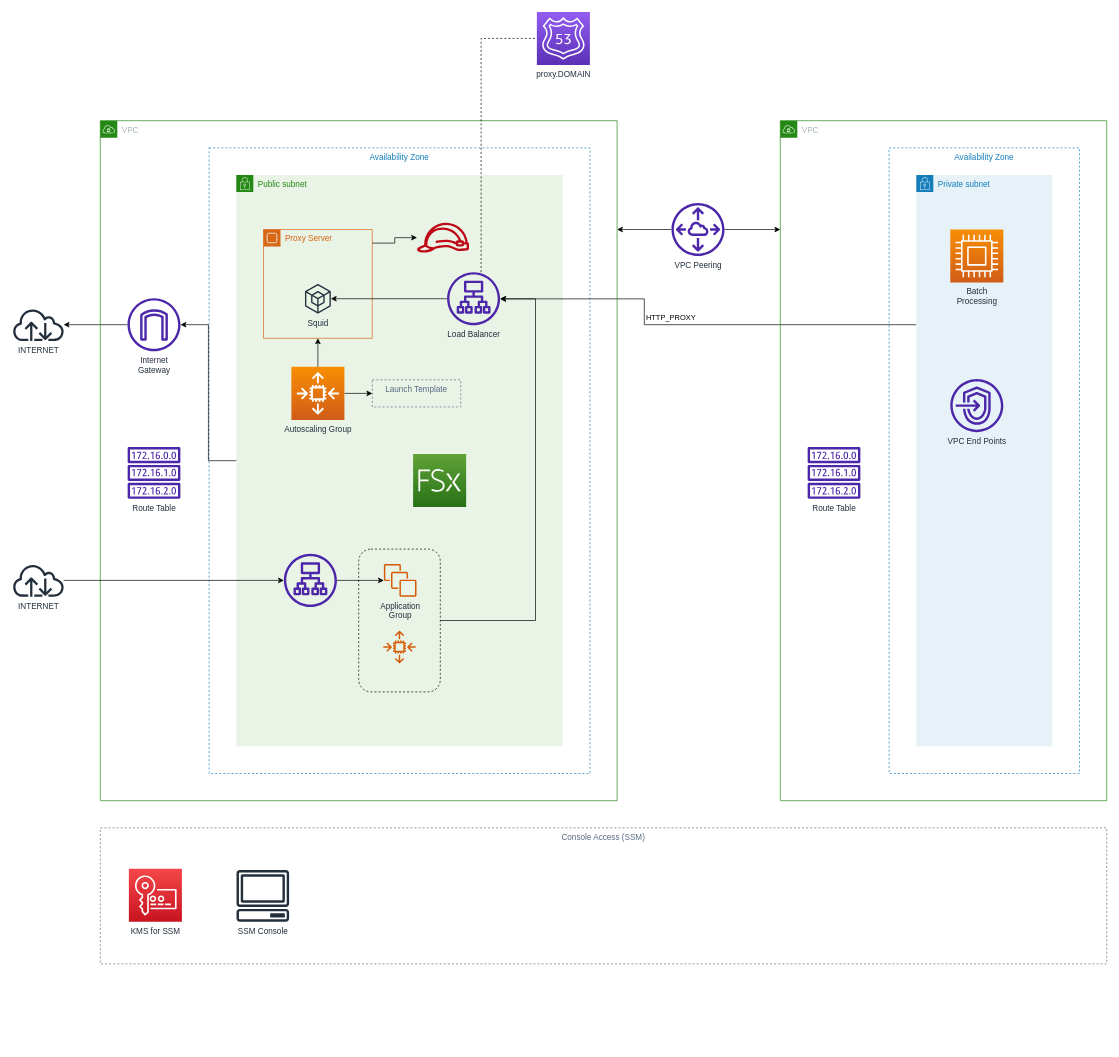
nicc777/exploring-aws-kinesis keeps this draw.io diagram as page "VPC Design" (5 of 6) of design.drawio. Above is the earlier version. Source tidied: cells renumbered, new cells numbered last; positions are measured from the earlier drawing's top-left corner, leaving out a move shared by most shapes. Both pictures are drawn from the tidied source at 68%, with x=0, y=0 at pixel (12, 12).
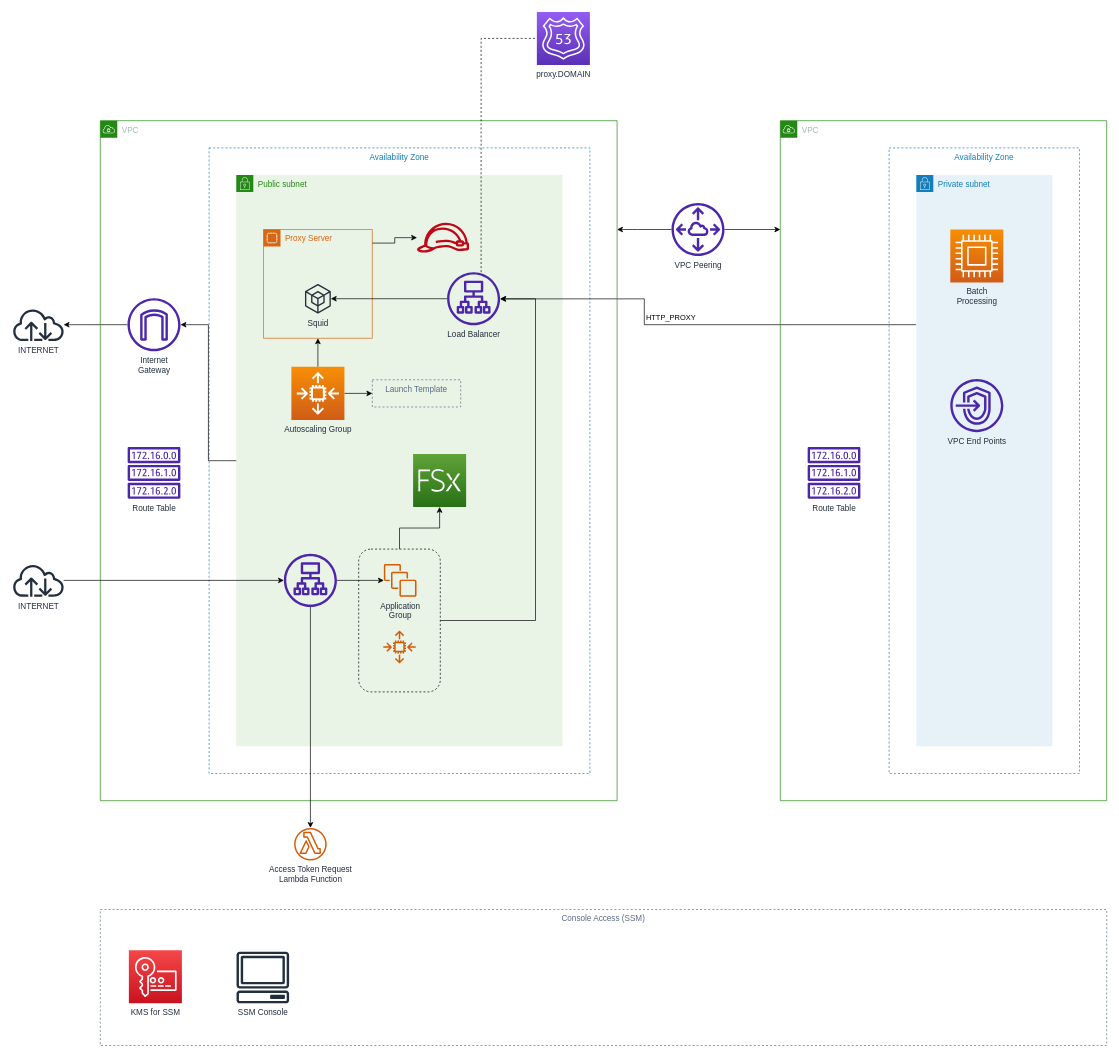
After the change.

The change refers to these unchanged cells:
```xml
<mxCell id="27" style="rounded=1;whiteSpace=wrap;html=1;fillColor=none;dashed=1;" parent="25" vertex="1">
  <mxGeometry x="380" y="630" width="120" height="210" as="geometry" />
</mxCell>
<mxCell id="38" style="sketch=0;points=[[0,0,0],[0.25,0,0],[0.5,0,0],[0.75,0,0],[1,0,0],[0,1,0],[0.25,1,0],[0.5,1,0],[0.75,1,0],[1,1,0],[0,0.25,0],[0,0.5,0],[0,0.75,0],[1,0.25,0],[1,0.5,0],[1,0.75,0]];outlineConnect=0;fontColor=#232F3E;gradientColor=#60A337;gradientDirection=north;fillColor=#277116;strokeColor=#ffffff;dashed=0;verticalLabelPosition=bottom;verticalAlign=top;align=center;html=1;fontSize=12;fontStyle=0;shape=mxgraph.aws4.resourceIcon;resIcon=mxgraph.aws4.fsx;" parent="1" vertex="1">
  <mxGeometry x="590" y="650" width="78" height="78" as="geometry" />
</mxCell>
<mxCell id="41" style="sketch=0;outlineConnect=0;fontColor=#232F3E;gradientColor=none;fillColor=#4D27AA;strokeColor=none;dashed=0;verticalLabelPosition=bottom;verticalAlign=top;align=center;html=1;fontSize=12;fontStyle=0;shape=mxgraph.aws4.application_load_balancer;" parent="1" vertex="1">
  <mxGeometry x="400" y="797" width="78" height="78" as="geometry" />
</mxCell>
```

The edit, as a diff of the source:
```diff
@@
     <mxCell id="29" value="KMS for SSM" style="sketch=0;fontColor=#232F3E;gradientColor=#F54749;gradientDirection=north;fillColor=#C7131F;strokeColor=#ffffff;dashed=0;verticalLabelPosition=bottom;verticalAlign=top;align=center;html=1;fontSize=12;fontStyle=0;shape=mxgraph.aws4.resourceIcon;resIcon=mxgraph.aws4.key_management_service;" parent="1" vertex="1">
-      <mxGeometry x="172" y="1260" width="78" height="78" as="geometry" />
+      <mxGeometry x="172" y="1380" width="78" height="78" as="geometry" />
     </mxCell>
     <mxCell id="30" value="SSM Console" style="sketch=0;fontColor=#232F3E;gradientColor=none;fillColor=#232F3D;strokeColor=none;dashed=0;verticalLabelPosition=bottom;verticalAlign=top;align=center;html=1;fontSize=12;fontStyle=0;shape=mxgraph.aws4.client;" parent="1" vertex="1">
-      <mxGeometry x="330" y="1262" width="78" height="76" as="geometry" />
+      <mxGeometry x="330" y="1382" width="78" height="76" as="geometry" />
     </mxCell>
     <mxCell id="31" value="Console Access (SSM)" style="fillColor=none;strokeColor=#5A6C86;dashed=1;verticalAlign=top;fontStyle=0;fontColor=#5A6C86;" parent="1" vertex="1">
-      <mxGeometry x="130" y="1200" width="1480" height="200" as="geometry" />
+      <mxGeometry x="130" y="1320" width="1480" height="200" as="geometry" />
     </mxCell>
@@
+    <mxCell id="45" style="edgeStyle=orthogonalEdgeStyle;rounded=0;jettySize=auto;html=1;" parent="1" edge="1" source="41" target="46">
+      <mxGeometry relative="1" as="geometry" />
+    </mxCell>
@@
+    <mxCell id="46" value="&lt;div&gt;Access Token Request&lt;/div&gt;&lt;div&gt;Lambda Function&lt;/div&gt;" style="sketch=0;outlineConnect=0;fontColor=#232F3E;gradientColor=none;fillColor=#D45B07;strokeColor=none;dashed=0;verticalLabelPosition=bottom;verticalAlign=top;align=center;html=1;fontSize=12;fontStyle=0;shape=mxgraph.aws4.lambda_function;" parent="1" vertex="1">
+      <mxGeometry x="415" y="1200" width="48" height="48" as="geometry" />
+    </mxCell>
+    <mxCell id="47" style="edgeStyle=orthogonalEdgeStyle;rounded=0;jettySize=auto;html=1;entryX=0.5;entryY=1;entryDx=0;entryDy=0;entryPerimeter=0;" parent="1" edge="1" source="27" target="38">
+      <mxGeometry relative="1" as="geometry" />
+    </mxCell>
```
